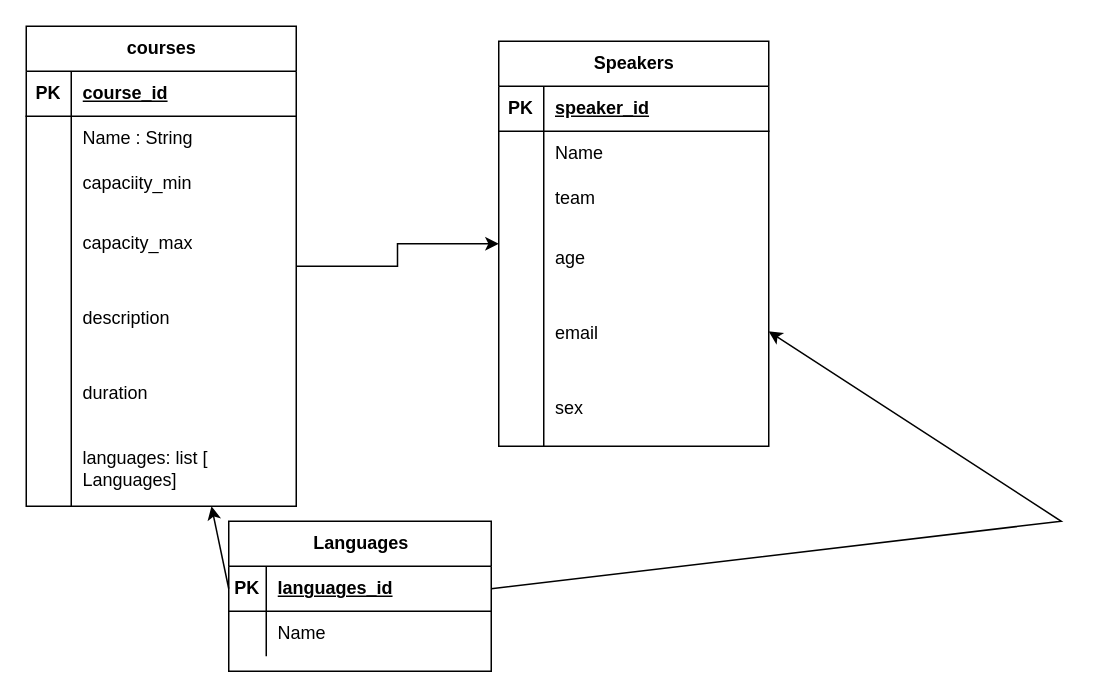
This is Diagrama sense títol.drawio from JBadiaAn/MyFirstRepo, a draw.io file, before an edit. Source tidied: cells renumbered, new cells numbered last; positions are measured from the earlier drawing's top-left corner, leaving out a move shared by most shapes. Both pictures are drawn from the tidied source at 150%, with x=0, y=0 at pixel (26, 26).
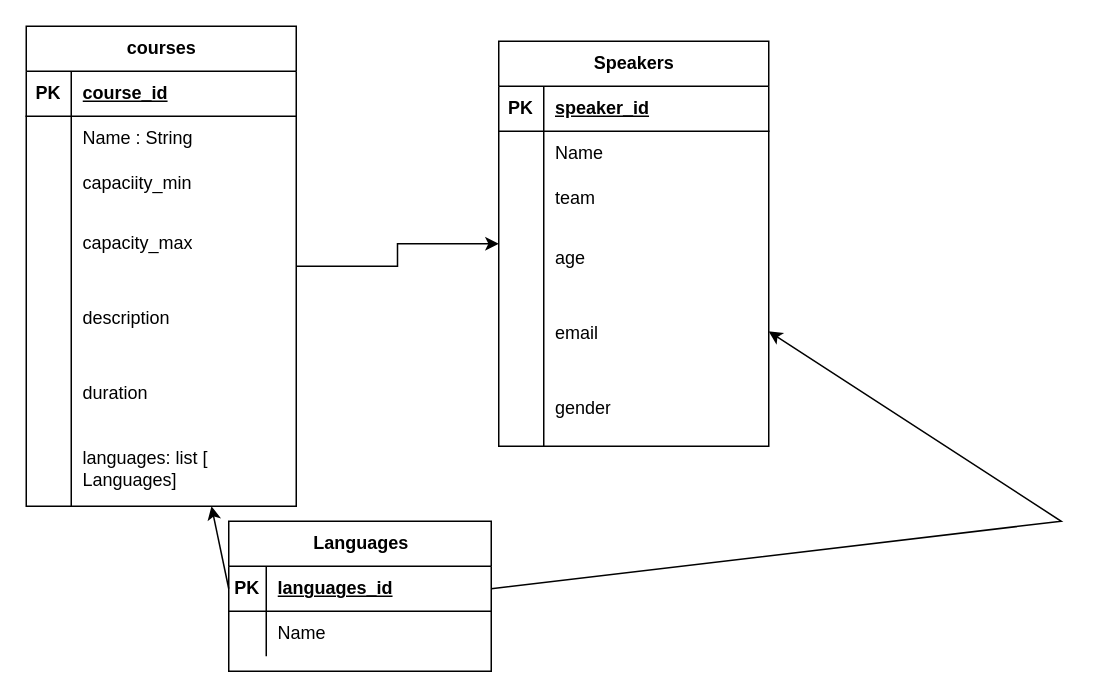
After the change.

Commit message:
canvi sex gender

Unchanged cells that the change refers to:
```xml
<mxCell id="41" style="shape=tableRow;horizontal=0;startSize=0;swimlaneHead=0;swimlaneBody=0;fillColor=none;top=0;left=0;right=0;bottom=0;" parent="25" vertex="1">
  <mxGeometry y="220" width="180" height="50" as="geometry" />
</mxCell>
```

The edit, as a diff of the source:
```diff
@@
-    <mxCell id="43" value="sex" style="shape=partialRectangle;fillColor=none;top=0;left=0;bottom=0;right=0;align=left;spacingLeft=6;overflow=hidden;whiteSpace=wrap;html=1;" parent="41" vertex="1">
+    <mxCell id="43" value="gender" style="shape=partialRectangle;fillColor=none;top=0;left=0;bottom=0;right=0;align=left;spacingLeft=6;overflow=hidden;whiteSpace=wrap;html=1;" parent="41" vertex="1">
       <mxGeometry x="30" width="150" height="50" as="geometry" />
     </mxCell>
```
